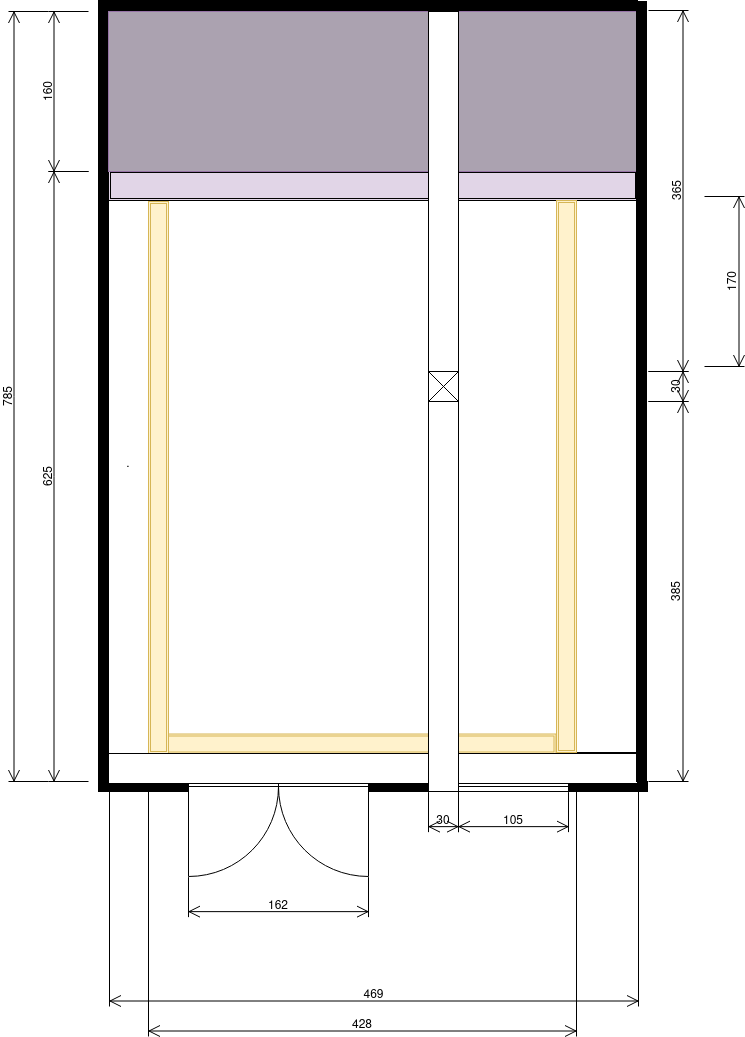
Before: atelier.drawio.png, a diagram exported from draw.io (fckff/drawio). Source tidied: cells renumbered, new cells last; positions are measured from the earlier drawing's top-left corner, leaving out a move shared by most shapes.
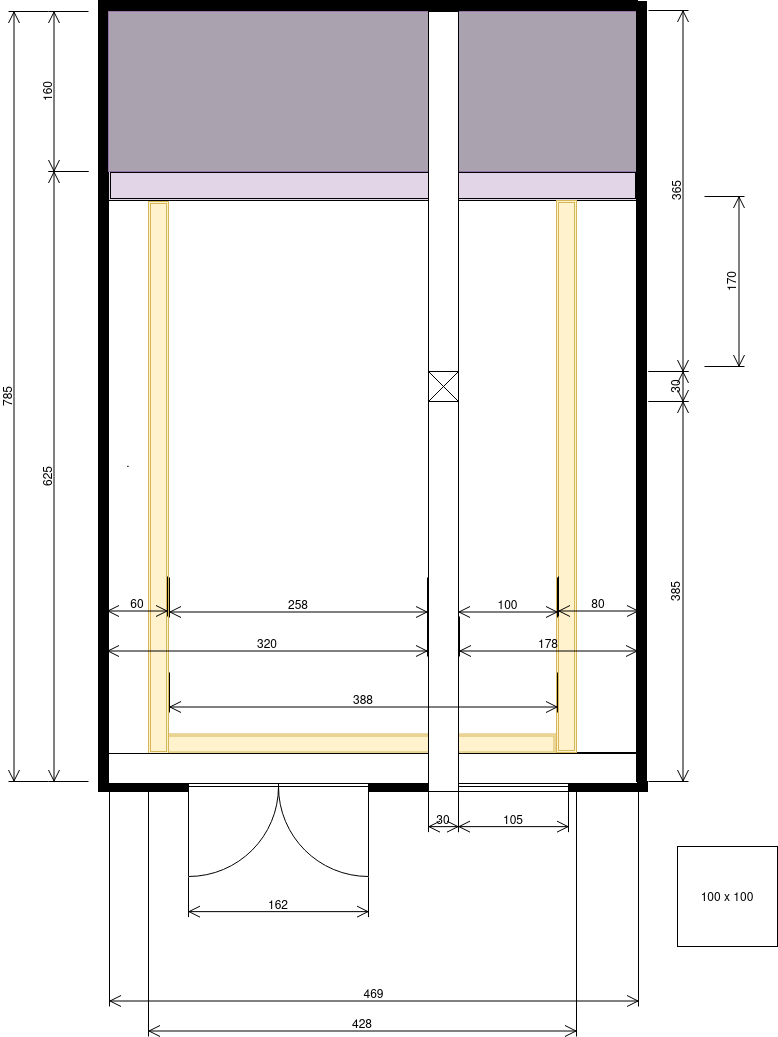
After the commit.

Diff of the diagram source:
```diff
@@ -95,5 +95,29 @@
     <mxCell id="32" style="verticalLabelPosition=bottom;html=1;verticalAlign=top;align=center;shape=mxgraph.floorplan.elevator;" parent="1" vertex="1">
       <mxGeometry x="420" y="371" width="30" height="30" as="geometry" />
     </mxCell>
+    <mxCell id="33" value="100 x 100" style="whiteSpace=wrap;html=1;" parent="1" vertex="1">
+      <mxGeometry x="669" y="846" width="100" height="100" as="geometry" />
+    </mxCell>
+    <mxCell id="34" value="320" style="shape=dimension;whiteSpace=wrap;html=1;align=center;verticalAlign=bottom;spacingBottom=3;labelBackgroundColor=none;" parent="1" vertex="1">
+      <mxGeometry x="99" y="616" width="320" height="40" as="geometry" />
+    </mxCell>
+    <mxCell id="35" value="178" style="shape=dimension;whiteSpace=wrap;html=1;align=center;verticalAlign=bottom;spacingBottom=3;labelBackgroundColor=none;" parent="1" vertex="1">
+      <mxGeometry x="451" y="616" width="178" height="40" as="geometry" />
+    </mxCell>
+    <mxCell id="36" value="60" style="shape=dimension;whiteSpace=wrap;html=1;align=center;verticalAlign=bottom;spacingBottom=3;labelBackgroundColor=none;" parent="1" vertex="1">
+      <mxGeometry x="99" y="576" width="60" height="40" as="geometry" />
+    </mxCell>
+    <mxCell id="37" value="80" style="shape=dimension;whiteSpace=wrap;html=1;align=center;verticalAlign=bottom;spacingBottom=3;labelBackgroundColor=none;" parent="1" vertex="1">
+      <mxGeometry x="550" y="576" width="80" height="40" as="geometry" />
+    </mxCell>
+    <mxCell id="38" value="258" style="shape=dimension;whiteSpace=wrap;html=1;align=center;verticalAlign=bottom;spacingBottom=3;labelBackgroundColor=none;" parent="1" vertex="1">
+      <mxGeometry x="161" y="577" width="258" height="40" as="geometry" />
+    </mxCell>
+    <mxCell id="39" value="100" style="shape=dimension;whiteSpace=wrap;html=1;align=center;verticalAlign=bottom;spacingBottom=3;labelBackgroundColor=none;" parent="1" vertex="1">
+      <mxGeometry x="450" y="577" width="99" height="40" as="geometry" />
+    </mxCell>
+    <mxCell id="40" value="388" style="shape=dimension;whiteSpace=wrap;html=1;align=center;verticalAlign=bottom;spacingBottom=3;labelBackgroundColor=none;" parent="1" vertex="1">
+      <mxGeometry x="161" y="672" width="388" height="40" as="geometry" />
+    </mxCell>
   </root>
 </mxGraphModel>
```
